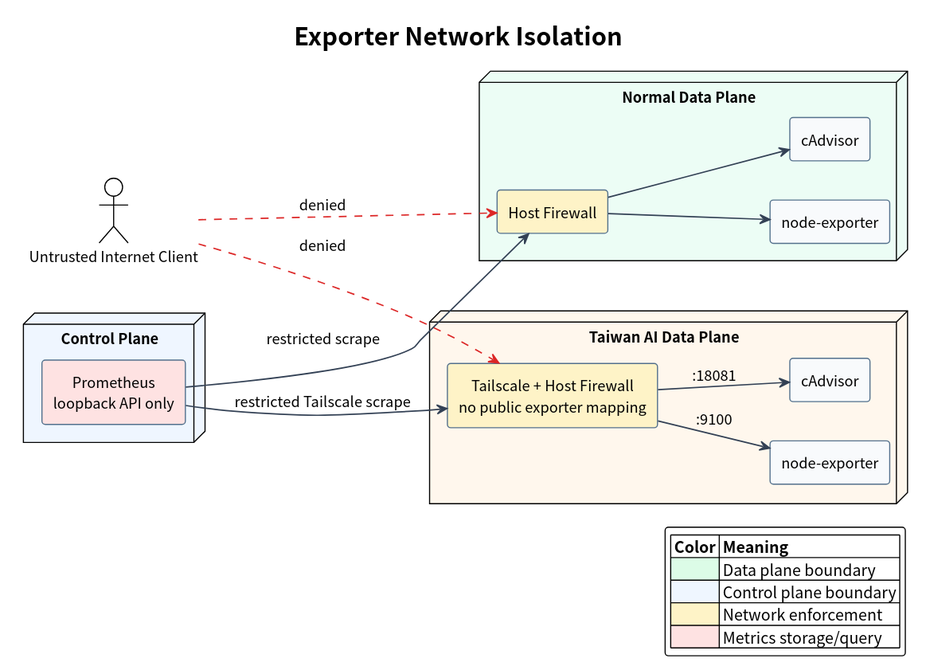
Before: docs/ops-reporting/diagrams/exporter-network-isolation.svg, a diagram exported from PlantUML (i-zrhe2016/ai-routing-panel). Its diagram source:
```plantuml
@startuml
!include ../../diagrams/style.iuml
left to right direction

title Exporter Network Isolation

actor "Untrusted Internet Client" as publicClient

node "Control Plane" as control #EFF6FF {
  component "Prometheus\nloopback API only" as prometheus #FEE2E2
}

node "Normal Data Plane" as normal #ECFDF5 {
  component "Host Firewall" as normalFirewall #FEF3C7
  component "node-exporter" as normalNode #F8FAFC
  component "cAdvisor" as normalCadvisor #F8FAFC
}

node "Taiwan AI Data Plane" as ai #FFF7ED {
  component "Tailscale + Host Firewall\nno public exporter mapping" as aiFirewall #FEF3C7
  component "node-exporter" as aiNode #F8FAFC
  component "cAdvisor" as aiCadvisor #F8FAFC
}

publicClient -[#DC2626,dashed]-> normalFirewall : denied
publicClient -[#DC2626,dashed]-> aiFirewall : denied
prometheus --> normalFirewall : restricted scrape
normalFirewall --> normalNode
normalFirewall --> normalCadvisor
prometheus --> aiFirewall : restricted Tailscale scrape
aiFirewall --> aiNode : :9100
aiFirewall --> aiCadvisor : :18081

legend right
  |= Color |= Meaning |
  |<#DCFCE7> | Data plane boundary |
  |<#EFF6FF> | Control plane boundary |
  |<#FEF3C7> | Network enforcement |
  |<#FEE2E2> | Metrics storage/query |
endlegend
@enduml
```
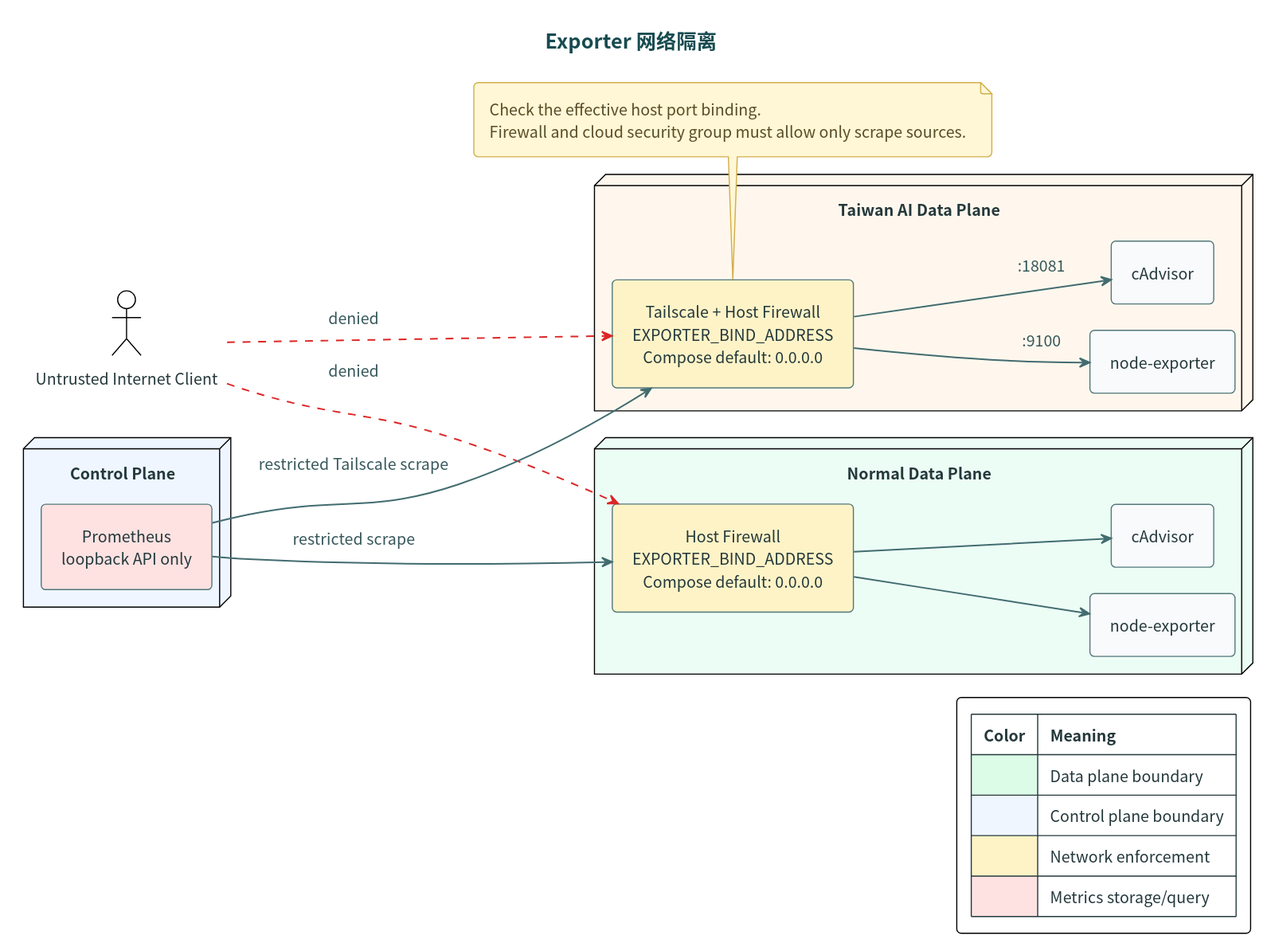
Above is the later version.

The edit, as a diff of the source:
```diff
@@ -2,7 +2,7 @@
 !include ../../diagrams/style.iuml
 left to right direction
 
-title Exporter Network Isolation
+title Exporter 网络隔离
 
 actor "Untrusted Internet Client" as publicClient
 
@@ -11,13 +11,13 @@
 }
 
 node "Normal Data Plane" as normal #ECFDF5 {
-  component "Host Firewall" as normalFirewall #FEF3C7
+  component "Host Firewall\nEXPORTER_BIND_ADDRESS\nCompose default: 0.0.0.0" as normalFirewall #FEF3C7
   component "node-exporter" as normalNode #F8FAFC
   component "cAdvisor" as normalCadvisor #F8FAFC
 }
 
 node "Taiwan AI Data Plane" as ai #FFF7ED {
-  component "Tailscale + Host Firewall\nno public exporter mapping" as aiFirewall #FEF3C7
+  component "Tailscale + Host Firewall\nEXPORTER_BIND_ADDRESS\nCompose default: 0.0.0.0" as aiFirewall #FEF3C7
   component "node-exporter" as aiNode #F8FAFC
   component "cAdvisor" as aiCadvisor #F8FAFC
 }
@@ -38,4 +38,9 @@
   |<#FEF3C7> | Network enforcement |
   |<#FEE2E2> | Metrics storage/query |
 endlegend
+
+note bottom of aiFirewall
+  Check the effective host port binding.
+  Firewall and cloud security group must allow only scrape sources.
+end note
 @enduml
```
